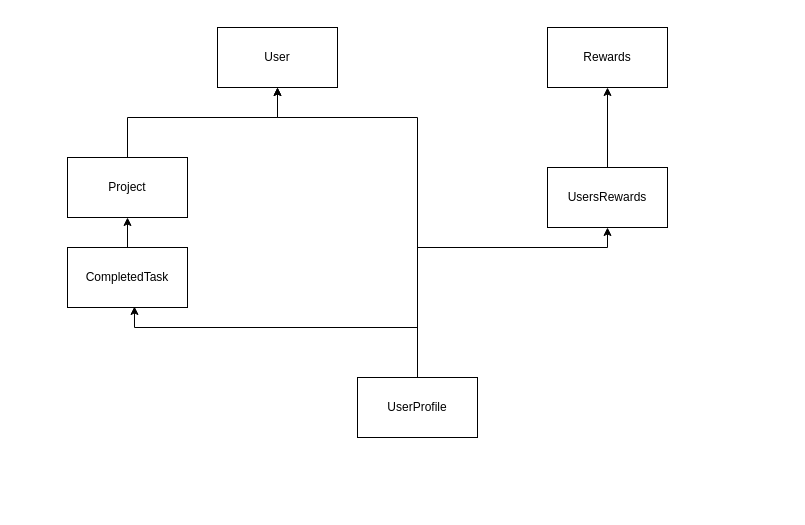
Above: doc/Domain.drawio in Carq/Rewards.Todoist (draw.io), before the change. Source tidied: cells renumbered, new cells numbered last; positions are measured from the earlier drawing's top-left corner, leaving out a move shared by most shapes. Both pictures are drawn from the tidied source at 100%, with x=0, y=0 at pixel (67, 27).
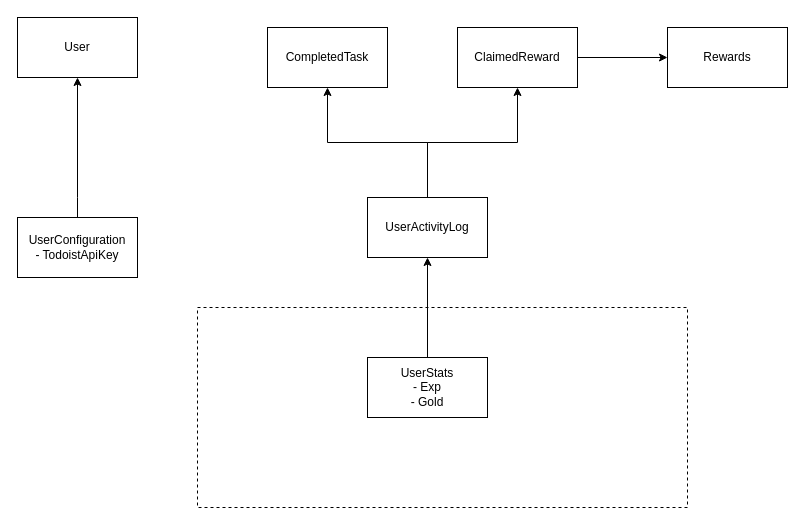
The same page after the edit.

Diff of the diagram source:
```diff
@@
+    <mxCell id="14" style="rounded=0;whiteSpace=wrap;html=1;dashed=1;verticalAlign=top;" parent="1" vertex="1">
+      <mxGeometry x="130" y="280" width="490" height="200" as="geometry" />
+    </mxCell>
     <mxCell id="2" value="User" style="rounded=0;whiteSpace=wrap;html=1;" parent="1" vertex="1">
-      <mxGeometry x="150" width="120" height="60" as="geometry" />
+      <mxGeometry x="-50" y="-10" width="120" height="60" as="geometry" />
     </mxCell>
     <mxCell id="3" value="Rewards" style="rounded=0;whiteSpace=wrap;html=1;" parent="1" vertex="1">
-      <mxGeometry x="480" width="120" height="60" as="geometry" />
+      <mxGeometry x="600" width="120" height="60" as="geometry" />
     </mxCell>
-    <mxCell id="4" style="edgeStyle=orthogonalEdgeStyle;rounded=0;jettySize=auto;html=1;entryX=0.5;entryY=1;entryDx=0;entryDy=0;" parent="1" edge="1" source="5" target="2">
-      <mxGeometry relative="1" as="geometry">
-        <Array as="points">
-          <mxPoint x="60" y="90" />
-          <mxPoint x="210" y="90" />
-        </Array>
-      </mxGeometry>
-    </mxCell>
-    <mxCell id="5" value="Project" style="rounded=0;whiteSpace=wrap;html=1;" parent="1" vertex="1">
-      <mxGeometry y="130" width="120" height="60" as="geometry" />
-    </mxCell>
-    <mxCell id="6" style="edgeStyle=orthogonalEdgeStyle;rounded=0;jettySize=auto;html=1;entryX=0.5;entryY=1;entryDx=0;entryDy=0;" parent="1" edge="1" target="2">
-      <mxGeometry relative="1" as="geometry">
-        <mxPoint x="350" y="270" as="sourcePoint" />
-        <Array as="points">
-          <mxPoint x="350" y="90" />
-          <mxPoint x="210" y="90" />
-        </Array>
-      </mxGeometry>
-    </mxCell>
-    <mxCell id="7" style="edgeStyle=orthogonalEdgeStyle;rounded=0;jettySize=auto;html=1;entryX=0.5;entryY=1;entryDx=0;entryDy=0;exitX=0.5;exitY=0;exitDx=0;exitDy=0;" parent="1" edge="1" source="8" target="10">
-      <mxGeometry relative="1" as="geometry">
-        <Array as="points">
-          <mxPoint x="350" y="220" />
-          <mxPoint x="540" y="220" />
-        </Array>
-      </mxGeometry>
-    </mxCell>
-    <mxCell id="8" value="UserProfile" style="rounded=0;whiteSpace=wrap;html=1;" parent="1" vertex="1">
-      <mxGeometry x="290" y="350" width="120" height="60" as="geometry" />
-    </mxCell>
-    <mxCell id="9" style="edgeStyle=orthogonalEdgeStyle;rounded=0;jettySize=auto;html=1;entryX=0.5;entryY=1;entryDx=0;entryDy=0;" parent="1" edge="1" source="10" target="3">
+    <mxCell id="9" style="edgeStyle=orthogonalEdgeStyle;rounded=0;jettySize=auto;html=1;entryX=0;entryY=0.5;entryDx=0;entryDy=0;" parent="1" edge="1" source="10" target="3">
       <mxGeometry relative="1" as="geometry" />
     </mxCell>
-    <mxCell id="10" value="UsersRewards" style="rounded=0;whiteSpace=wrap;html=1;" parent="1" vertex="1">
-      <mxGeometry x="480" y="140" width="120" height="60" as="geometry" />
+    <mxCell id="10" value="ClaimedReward" style="rounded=0;whiteSpace=wrap;html=1;" parent="1" vertex="1">
+      <mxGeometry x="390" width="120" height="60" as="geometry" />
     </mxCell>
-    <mxCell id="11" style="edgeStyle=orthogonalEdgeStyle;rounded=0;jettySize=auto;html=1;entryX=0.5;entryY=1;entryDx=0;entryDy=0;" parent="1" edge="1" source="12" target="5">
-      <mxGeometry relative="1" as="geometry" />
-    </mxCell>
     <mxCell id="12" value="CompletedTask" style="rounded=0;whiteSpace=wrap;html=1;" parent="1" vertex="1">
-      <mxGeometry y="220" width="120" height="60" as="geometry" />
+      <mxGeometry x="200" width="120" height="60" as="geometry" />
     </mxCell>
-    <mxCell id="13" style="edgeStyle=orthogonalEdgeStyle;rounded=0;jettySize=auto;html=1;entryX=0.558;entryY=0.983;entryDx=0;entryDy=0;entryPerimeter=0;" parent="1" edge="1" source="8" target="12">
-      <mxGeometry relative="1" as="geometry">
-        <Array as="points">
-          <mxPoint x="350" y="300" />
-          <mxPoint x="67" y="300" />
-        </Array>
-      </mxGeometry>
-    </mxCell>
+    <mxCell id="15" style="edgeStyle=orthogonalEdgeStyle;rounded=0;jettySize=auto;html=1;entryX=0.5;entryY=1;entryDx=0;entryDy=0;exitX=0.5;exitY=0;exitDx=0;exitDy=0;" parent="1" edge="1" source="16" target="2">
+      <mxGeometry relative="1" as="geometry">
+        <Array as="points">
+          <mxPoint x="10" y="170" />
+          <mxPoint x="10" y="170" />
+        </Array>
+      </mxGeometry>
+    </mxCell>
+    <mxCell id="16" value="UserConfiguration&lt;div&gt;- TodoistApiKey&lt;/div&gt;" style="rounded=0;whiteSpace=wrap;html=1;" parent="1" vertex="1">
+      <mxGeometry x="-50" y="190" width="120" height="60" as="geometry" />
+    </mxCell>
+    <mxCell id="17" style="edgeStyle=orthogonalEdgeStyle;rounded=0;jettySize=auto;html=1;entryX=0.5;entryY=1;entryDx=0;entryDy=0;" parent="1" edge="1" source="18" target="21">
+      <mxGeometry relative="1" as="geometry" />
+    </mxCell>
+    <mxCell id="18" value="UserStats&lt;div&gt;- Exp&lt;/div&gt;&lt;div&gt;- Gold&lt;/div&gt;" style="rounded=0;whiteSpace=wrap;html=1;" parent="1" vertex="1">
+      <mxGeometry x="300" y="330" width="120" height="60" as="geometry" />
+    </mxCell>
+    <mxCell id="19" style="edgeStyle=orthogonalEdgeStyle;rounded=0;jettySize=auto;html=1;entryX=0.5;entryY=1;entryDx=0;entryDy=0;" parent="1" edge="1" source="21" target="12">
+      <mxGeometry relative="1" as="geometry" />
+    </mxCell>
+    <mxCell id="20" style="edgeStyle=orthogonalEdgeStyle;rounded=0;jettySize=auto;html=1;" parent="1" edge="1" source="21" target="10">
+      <mxGeometry relative="1" as="geometry" />
+    </mxCell>
+    <mxCell id="21" value="UserActivityLog" style="rounded=0;whiteSpace=wrap;html=1;" parent="1" vertex="1">
+      <mxGeometry x="300" y="170" width="120" height="60" as="geometry" />
+    </mxCell>
```
